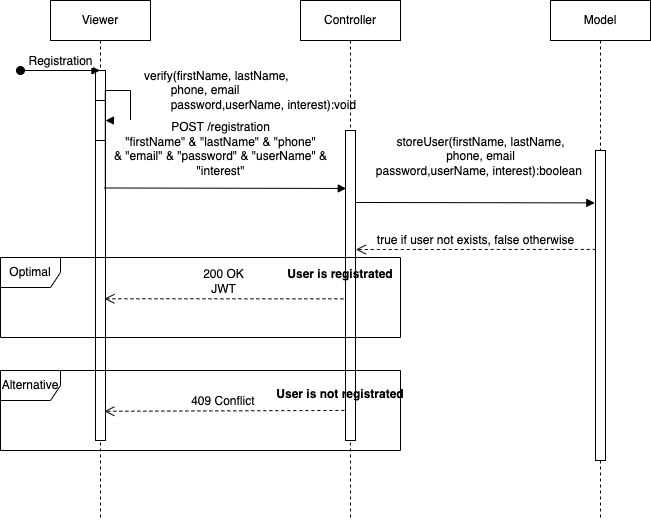
The draw.io diagram Design/Sprint 3/Sequence diagram - Registration.png in cis350/project-uniteandconquer, before a commit. Source tidied: cells renumbered, new cells last; positions are measured from the earlier drawing's top-left corner, leaving out a move shared by most shapes.
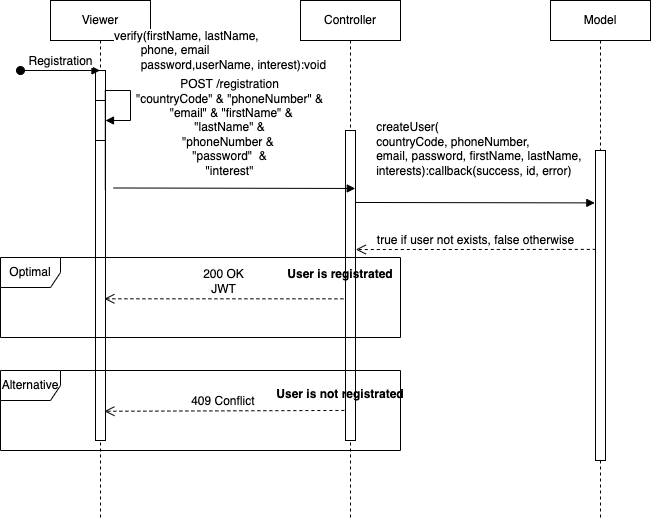
After the change.

Commit message:
Update sequence diagram

Update sequence diagram
-Login
-Registreation

What changed in the source:
```diff
@@ -12,7 +12,7 @@
       <mxGeometry x="45" y="100" width="10" height="40" as="geometry" />
     </mxCell>
     <mxCell id="5" value="verify(firstName, lastName,&lt;br&gt;&lt;span style=&quot;white-space: pre&quot;&gt;&#9;&lt;/span&gt;phone, email&lt;br&gt;&lt;span style=&quot;white-space: pre&quot;&gt;&#9;&lt;/span&gt;password,userName, interest):void&amp;nbsp;" style="edgeStyle=orthogonalEdgeStyle;html=1;align=left;spacingLeft=2;endArrow=block;rounded=0;exitX=0.981;exitY=0.322;exitDx=0;exitDy=0;exitPerimeter=0;" parent="2" edge="1" source="3">
-      <mxGeometry x="0.39" y="10" relative="1" as="geometry">
+      <mxGeometry x="0.16" y="40" relative="1" as="geometry">
         <mxPoint x="55" y="120" as="targetPoint" />
         <Array as="points">
           <mxPoint x="55" y="90" />
@@ -39,12 +39,13 @@
         <mxPoint x="20" y="70" as="sourcePoint" />
       </mxGeometry>
     </mxCell>
-    <mxCell id="11" value="POST /registration&lt;br&gt;&quot;firstName&quot; &amp;amp; &quot;lastName&quot; &amp;amp; &quot;phone&quot;&lt;br&gt;&amp;amp; &quot;email&quot; &amp;amp; &quot;password&quot; &amp;amp; &quot;userName&quot; &amp;amp;&lt;br&gt;&quot;&lt;span style=&quot;text-align: left&quot;&gt;interest&quot;&lt;/span&gt;" style="html=1;verticalAlign=bottom;endArrow=block;rounded=0;exitX=0.886;exitY=0.608;exitDx=0;exitDy=0;exitPerimeter=0;entryX=0.076;entryY=0.187;entryDx=0;entryDy=0;entryPerimeter=0;" parent="1" edge="1" target="7">
+    <mxCell id="11" value="POST /registration&lt;br&gt;&quot;countryCode&quot; &amp;amp; &quot;phoneNumber&quot; &amp;amp;&lt;br&gt;&amp;nbsp;&quot;email&quot; &amp;amp; &quot;firstName&quot; &amp;amp;&lt;br&gt;&amp;nbsp;&quot;lastName&quot; &amp;amp; &lt;br&gt;&quot;phoneNumber &amp;amp; &lt;br&gt;&quot;password&quot;&amp;nbsp; &amp;amp;&lt;br&gt;&quot;&lt;span style=&quot;text-align: left&quot;&gt;interest&quot;&lt;/span&gt;" style="html=1;verticalAlign=bottom;endArrow=block;rounded=0;exitX=0.886;exitY=0.608;exitDx=0;exitDy=0;exitPerimeter=0;entryX=0.076;entryY=0.187;entryDx=0;entryDy=0;entryPerimeter=0;" parent="1" edge="1">
       <mxGeometry x="-0.04" y="8" relative="1" as="geometry">
-        <mxPoint x="103.9" y="187.5" as="sourcePoint" />
+        <mxPoint x="112.9" y="187.5" as="sourcePoint" />
+        <mxPoint x="354.8" y="188" as="targetPoint" />
       </mxGeometry>
     </mxCell>
-    <mxCell id="12" value="&lt;span style=&quot;text-align: left&quot;&gt;storeUser(firstName, lastName,&lt;/span&gt;&lt;br style=&quot;text-align: left&quot;&gt;&lt;span style=&quot;text-align: left&quot;&gt;&#9;&lt;/span&gt;&lt;span style=&quot;text-align: left&quot;&gt;phone, email&lt;/span&gt;&lt;br style=&quot;text-align: left&quot;&gt;&lt;span style=&quot;text-align: left&quot;&gt;&#9;&lt;/span&gt;&lt;span style=&quot;text-align: left&quot;&gt;password,userName, interest):boolean&amp;nbsp;&lt;/span&gt;" style="html=1;verticalAlign=bottom;endArrow=block;rounded=0;exitX=1.029;exitY=0.187;exitDx=0;exitDy=0;exitPerimeter=0;entryX=-0.067;entryY=0.169;entryDx=0;entryDy=0;entryPerimeter=0;" parent="1" edge="1" target="9">
+    <mxCell id="12" value="&lt;div style=&quot;text-align: left&quot;&gt;createUser(&lt;/div&gt;&lt;div style=&quot;text-align: left&quot;&gt;countryCode, phoneNumber,&amp;nbsp;&lt;/div&gt;&lt;div style=&quot;text-align: left&quot;&gt;email, password, firstName, lastName,&amp;nbsp;&lt;/div&gt;&lt;div style=&quot;text-align: left&quot;&gt;interests):callback(success, id, error)&lt;/div&gt;" style="html=1;verticalAlign=bottom;endArrow=block;rounded=0;exitX=1.029;exitY=0.187;exitDx=0;exitDy=0;exitPerimeter=0;entryX=-0.067;entryY=0.169;entryDx=0;entryDy=0;entryPerimeter=0;" parent="1" edge="1" target="9">
       <mxGeometry x="0.04" y="22" relative="1" as="geometry">
         <mxPoint x="355.3" y="202" as="sourcePoint" />
       </mxGeometry>
```
